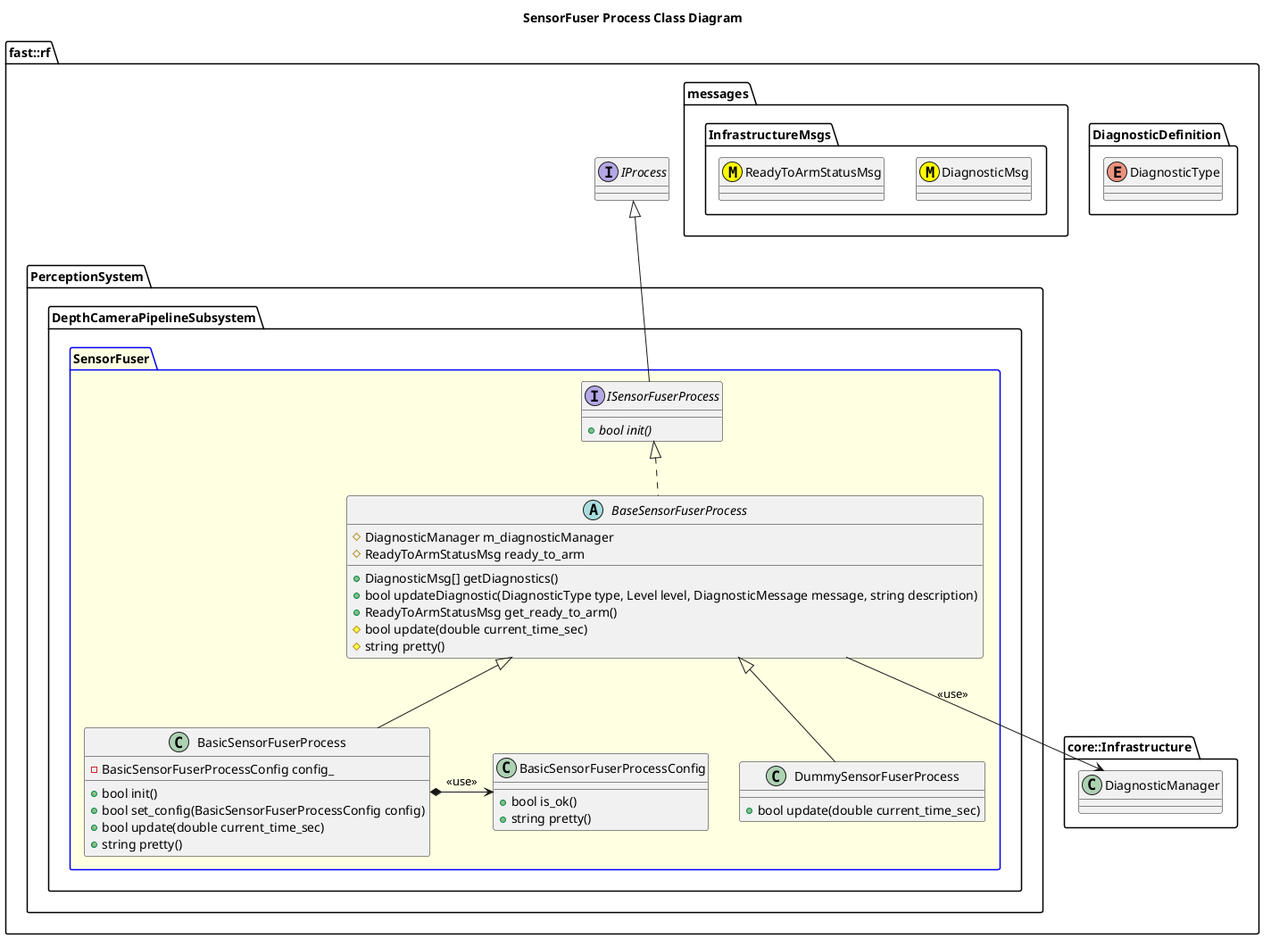
Earlier version of the PlantUML export Systems/Perception/Subsystems/DepthCameraPipeline/Processes/SensorFuser/doc/puml/SensorFuserProcessClassDiagram.png (fastrobotics/robot_framework). The source it was exported from:
```plantuml
@startuml
title SensorFuser Process Class Diagram

namespace fast::rf {
  namespace DiagnosticDefinition {
    enum DiagnosticType
  }
  namespace messages {
    namespace InfrastructureMsgs {
      class DiagnosticMsg <<(M,#FFFF00)>>
      class ReadyToArmStatusMsg <<(M,#FFFF00)>>
    }
  }
  namespace core::Infrastructure {
    class DiagnosticManager
  }
  interface IProcess
  namespace PerceptionSystem {
    namespace DepthCameraPipelineSubsystem {
      package SensorFuser #LightYellow;line:blue {

        interface ISensorFuserProcess  {
          +{abstract} bool init()
        }
        ISensorFuserProcess -up-|> IProcess
        abstract BaseSensorFuserProcess {
          +DiagnosticMsg[] getDiagnostics()
          +bool updateDiagnostic(DiagnosticType type, Level level, DiagnosticMessage message, string description)
          +ReadyToArmStatusMsg get_ready_to_arm()
          #bool update(double current_time_sec)
          #string pretty()
          #DiagnosticManager m_diagnosticManager
          #ReadyToArmStatusMsg ready_to_arm

        }
        BaseSensorFuserProcess .up.|> ISensorFuserProcess
        BaseSensorFuserProcess --> DiagnosticManager: <<use>>
        class BasicSensorFuserProcessConfig {
          +bool is_ok()
          +string pretty()
        }
        class BasicSensorFuserProcess {
          +bool init()
          +bool set_config(BasicSensorFuserProcessConfig config)
          +bool update(double current_time_sec)
	  +string pretty()
          -BasicSensorFuserProcessConfig config_
        }
        BasicSensorFuserProcess -up-|> BaseSensorFuserProcess
        BasicSensorFuserProcess *-> BasicSensorFuserProcessConfig: <<use>>
        class DummySensorFuserProcess {
          +bool update(double current_time_sec)
        }
        DummySensorFuserProcess -up-|> BaseSensorFuserProcess
      }
    }
  }
}
@enduml
```
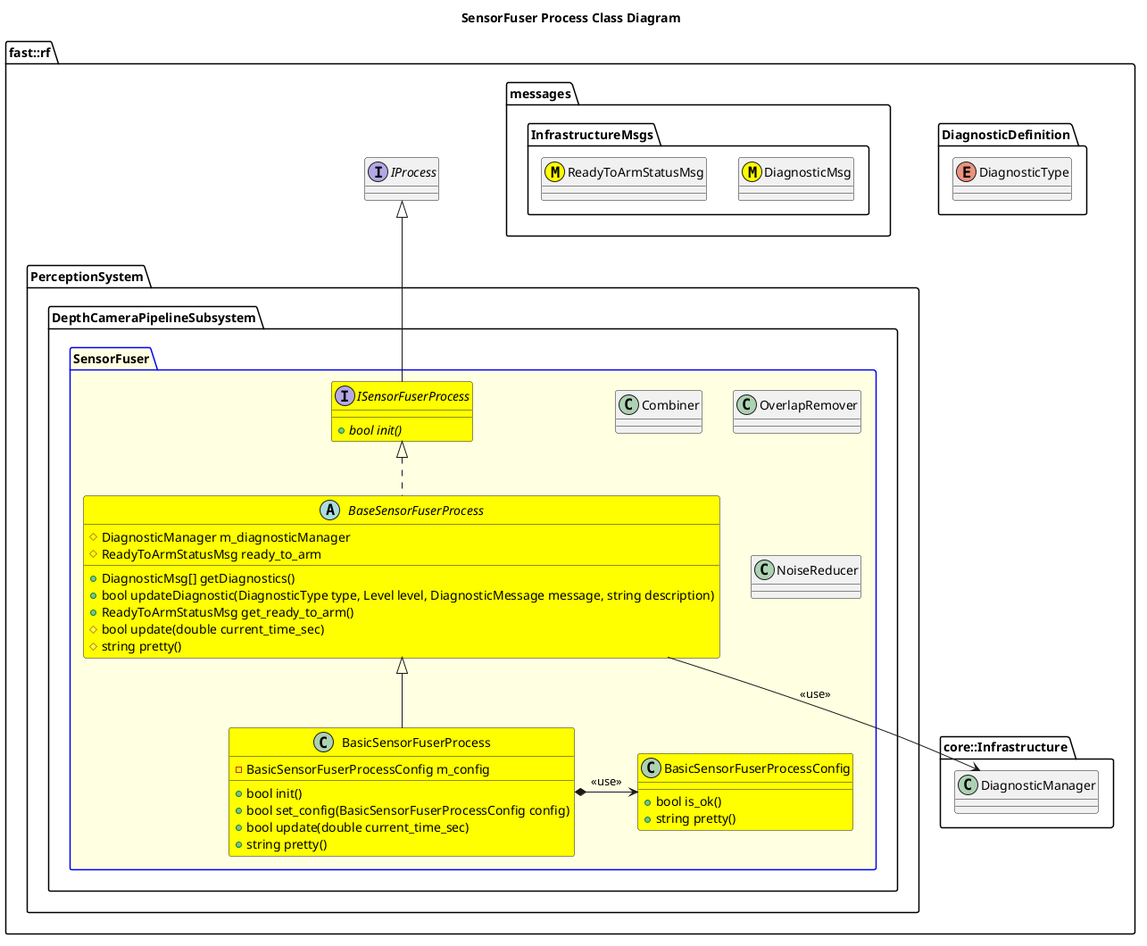
The same diagram one commit later.

The edit, as a diff of the source:
```diff
@@ -2,58 +2,62 @@
 title SensorFuser Process Class Diagram
 
 namespace fast::rf {
-  namespace DiagnosticDefinition {
-    enum DiagnosticType
-  }
-  namespace messages {
-    namespace InfrastructureMsgs {
-      class DiagnosticMsg <<(M,#FFFF00)>>
-      class ReadyToArmStatusMsg <<(M,#FFFF00)>>
+    namespace DiagnosticDefinition {
+        enum DiagnosticType
     }
-  }
-  namespace core::Infrastructure {
-    class DiagnosticManager
-  }
-  interface IProcess
-  namespace PerceptionSystem {
-    namespace DepthCameraPipelineSubsystem {
-      package SensorFuser #LightYellow;line:blue {
+    namespace messages {
+        namespace InfrastructureMsgs {
+        class DiagnosticMsg <<(M,#FFFF00)>>
+        class ReadyToArmStatusMsg <<(M,#FFFF00)>>
+        }
+    }
+    namespace core::Infrastructure {
+        class DiagnosticManager
+    }
+    interface IProcess
+    namespace PerceptionSystem {
+        namespace DepthCameraPipelineSubsystem {
+            package SensorFuser #LightYellow;line:blue {
+                class Combiner {
 
-        interface ISensorFuserProcess  {
-          +{abstract} bool init()
+                }
+                class OverlapRemover {
+
+                }
+                class NoiseReducer {
+
+                }
+                interface ISensorFuserProcess #Yellow  {
+                    +{abstract} bool init()
+                }
+                ISensorFuserProcess -up-|> IProcess
+                abstract BaseSensorFuserProcess #Yellow {
+                    +DiagnosticMsg[] getDiagnostics()
+                    +bool updateDiagnostic(DiagnosticType type, Level level, DiagnosticMessage message, string description)
+                    +ReadyToArmStatusMsg get_ready_to_arm()
+                    #bool update(double current_time_sec)
+                    #string pretty()
+                    #DiagnosticManager m_diagnosticManager
+                    #ReadyToArmStatusMsg ready_to_arm
+
+                }
+                BaseSensorFuserProcess .up.|> ISensorFuserProcess
+                BaseSensorFuserProcess --> DiagnosticManager: <<use>>
+                class BasicSensorFuserProcessConfig #Yellow {
+                    +bool is_ok()
+                    +string pretty()
+                }
+                class BasicSensorFuserProcess #Yellow {
+                    +bool init()
+                    +bool set_config(BasicSensorFuserProcessConfig config)
+                    +bool update(double current_time_sec)
+                    +string pretty()
+                    -BasicSensorFuserProcessConfig m_config
+                }
+                BasicSensorFuserProcess -up-|> BaseSensorFuserProcess
+                BasicSensorFuserProcess *-> BasicSensorFuserProcessConfig: <<use>>
+            }
         }
-        ISensorFuserProcess -up-|> IProcess
-        abstract BaseSensorFuserProcess {
-          +DiagnosticMsg[] getDiagnostics()
-          +bool updateDiagnostic(DiagnosticType type, Level level, DiagnosticMessage message, string description)
-          +ReadyToArmStatusMsg get_ready_to_arm()
-          #bool update(double current_time_sec)
-          #string pretty()
-          #DiagnosticManager m_diagnosticManager
-          #ReadyToArmStatusMsg ready_to_arm
-
-        }
-        BaseSensorFuserProcess .up.|> ISensorFuserProcess
-        BaseSensorFuserProcess --> DiagnosticManager: <<use>>
-        class BasicSensorFuserProcessConfig {
-          +bool is_ok()
-          +string pretty()
-        }
-        class BasicSensorFuserProcess {
-          +bool init()
-          +bool set_config(BasicSensorFuserProcessConfig config)
-          +bool update(double current_time_sec)
-	  +string pretty()
-          -BasicSensorFuserProcessConfig config_
-        }
-        BasicSensorFuserProcess -up-|> BaseSensorFuserProcess
-        BasicSensorFuserProcess *-> BasicSensorFuserProcessConfig: <<use>>
-        class DummySensorFuserProcess {
-          +bool update(double current_time_sec)
-        }
-        DummySensorFuserProcess -up-|> BaseSensorFuserProcess
-      }
     }
-  }
 }
 @enduml
```
